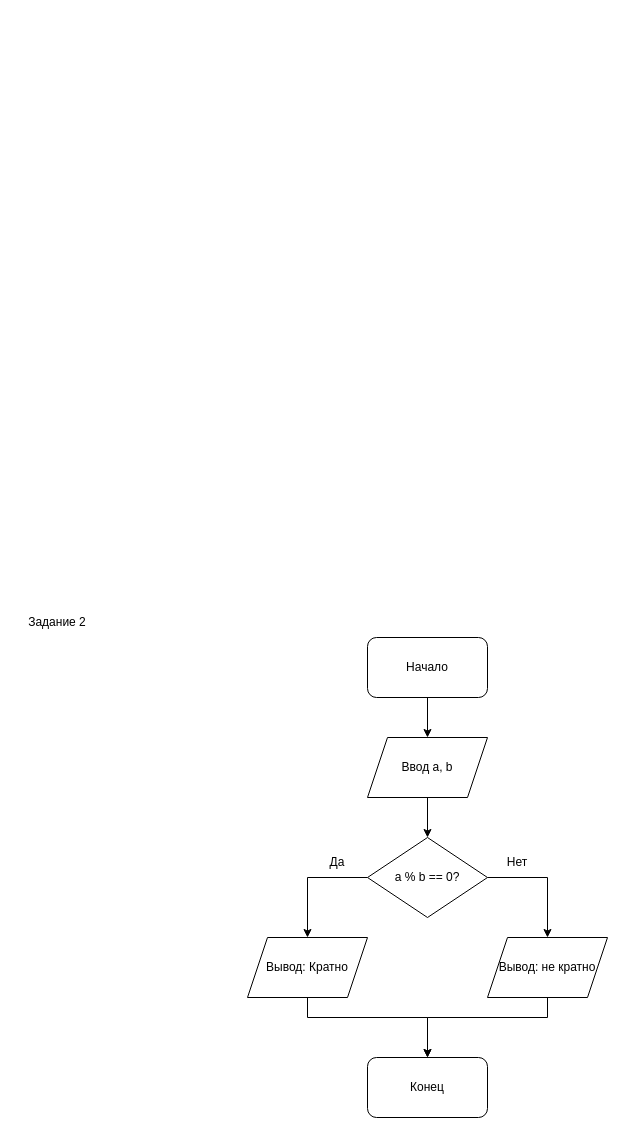
The draw.io diagram inform17/inform-practice-17.drawio in idt5574/inform_block_diagrams, before the edit. Source tidied: cells renumbered, new cells numbered last; positions are measured from the earlier drawing's top-left corner, leaving out a move shared by most shapes. Both pictures are drawn from the tidied source at 100%, with x=0, y=0 at pixel (27, 607).
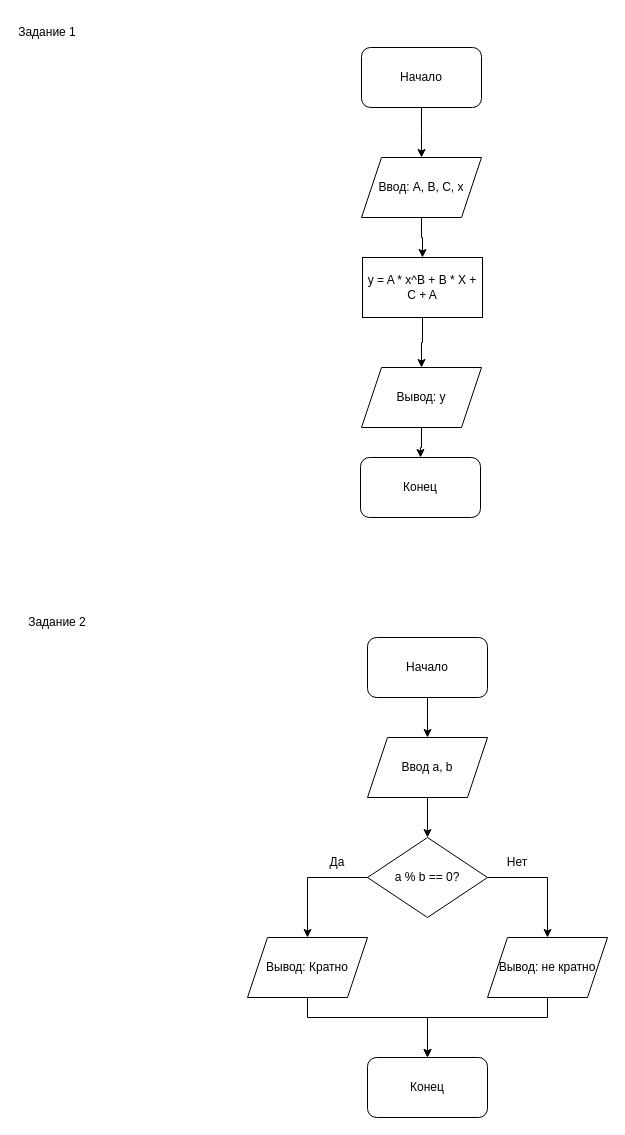
Above is the later version.

Diff of the diagram source:
```diff
@@
+    <mxCell id="17" value="Задание 1" style="text;html=1;align=center;verticalAlign=middle;whiteSpace=wrap;rounded=0;" parent="1" vertex="1">
+      <mxGeometry x="-10" y="-590" width="60" height="30" as="geometry" />
+    </mxCell>
+    <mxCell id="18" style="edgeStyle=orthogonalEdgeStyle;rounded=0;jettySize=auto;html=1;" parent="1" edge="1" source="19">
+      <mxGeometry relative="1" as="geometry">
+        <mxPoint x="394" y="-450" as="targetPoint" />
+      </mxGeometry>
+    </mxCell>
+    <mxCell id="19" value="Начало" style="rounded=1;whiteSpace=wrap;html=1;" parent="1" vertex="1">
+      <mxGeometry x="334" y="-560" width="120" height="60" as="geometry" />
+    </mxCell>
+    <mxCell id="20" style="edgeStyle=orthogonalEdgeStyle;rounded=0;jettySize=auto;html=1;entryX=0.5;entryY=0;entryDx=0;entryDy=0;" parent="1" edge="1" source="21" target="23">
+      <mxGeometry relative="1" as="geometry" />
+    </mxCell>
+    <mxCell id="21" value="Ввод: A, B, C, x" style="shape=parallelogram;perimeter=parallelogramPerimeter;whiteSpace=wrap;html=1;fixedSize=1;" parent="1" vertex="1">
+      <mxGeometry x="334" y="-450" width="120" height="60" as="geometry" />
+    </mxCell>
+    <mxCell id="22" style="edgeStyle=orthogonalEdgeStyle;rounded=0;jettySize=auto;html=1;" parent="1" edge="1" source="23" target="25">
+      <mxGeometry relative="1" as="geometry" />
+    </mxCell>
+    <mxCell id="23" value="y = A * x^B + B * X + C + A" style="rounded=0;whiteSpace=wrap;html=1;" parent="1" vertex="1">
+      <mxGeometry x="335" y="-350" width="120" height="60" as="geometry" />
+    </mxCell>
+    <mxCell id="24" style="edgeStyle=orthogonalEdgeStyle;rounded=0;jettySize=auto;html=1;entryX=0.5;entryY=0;entryDx=0;entryDy=0;" parent="1" edge="1" source="25" target="26">
+      <mxGeometry relative="1" as="geometry" />
+    </mxCell>
+    <mxCell id="25" value="Вывод: y" style="shape=parallelogram;perimeter=parallelogramPerimeter;whiteSpace=wrap;html=1;fixedSize=1;rounded=0;" parent="1" vertex="1">
+      <mxGeometry x="334" y="-240" width="120" height="60" as="geometry" />
+    </mxCell>
+    <mxCell id="26" value="Конец" style="rounded=1;whiteSpace=wrap;html=1;" parent="1" vertex="1">
+      <mxGeometry x="333" y="-150" width="120" height="60" as="geometry" />
+    </mxCell>
```
